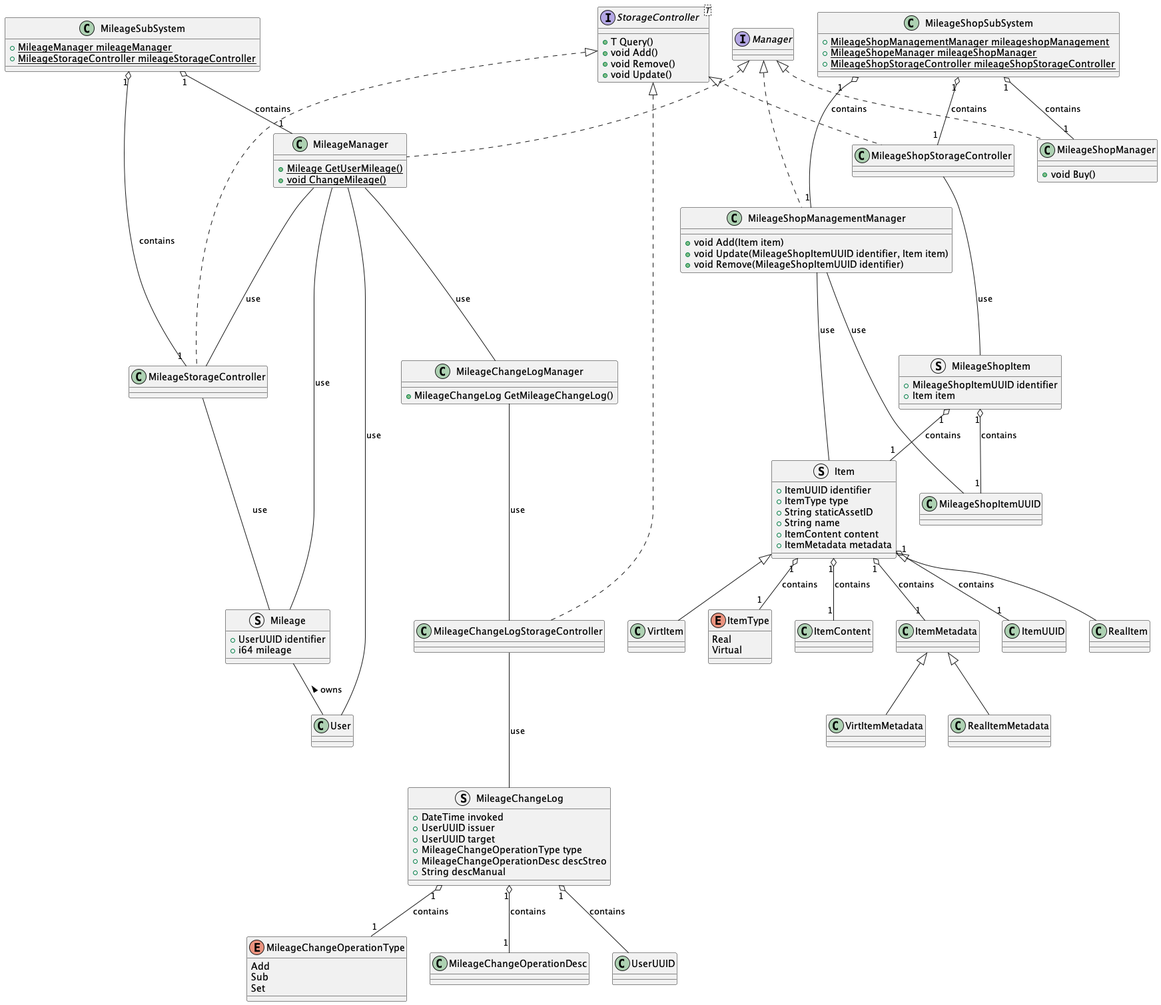
Above: rendered/Mileage.png in ShapeLayer/se-lecture-task__project-structure-definitions (PlantUML), before the change.
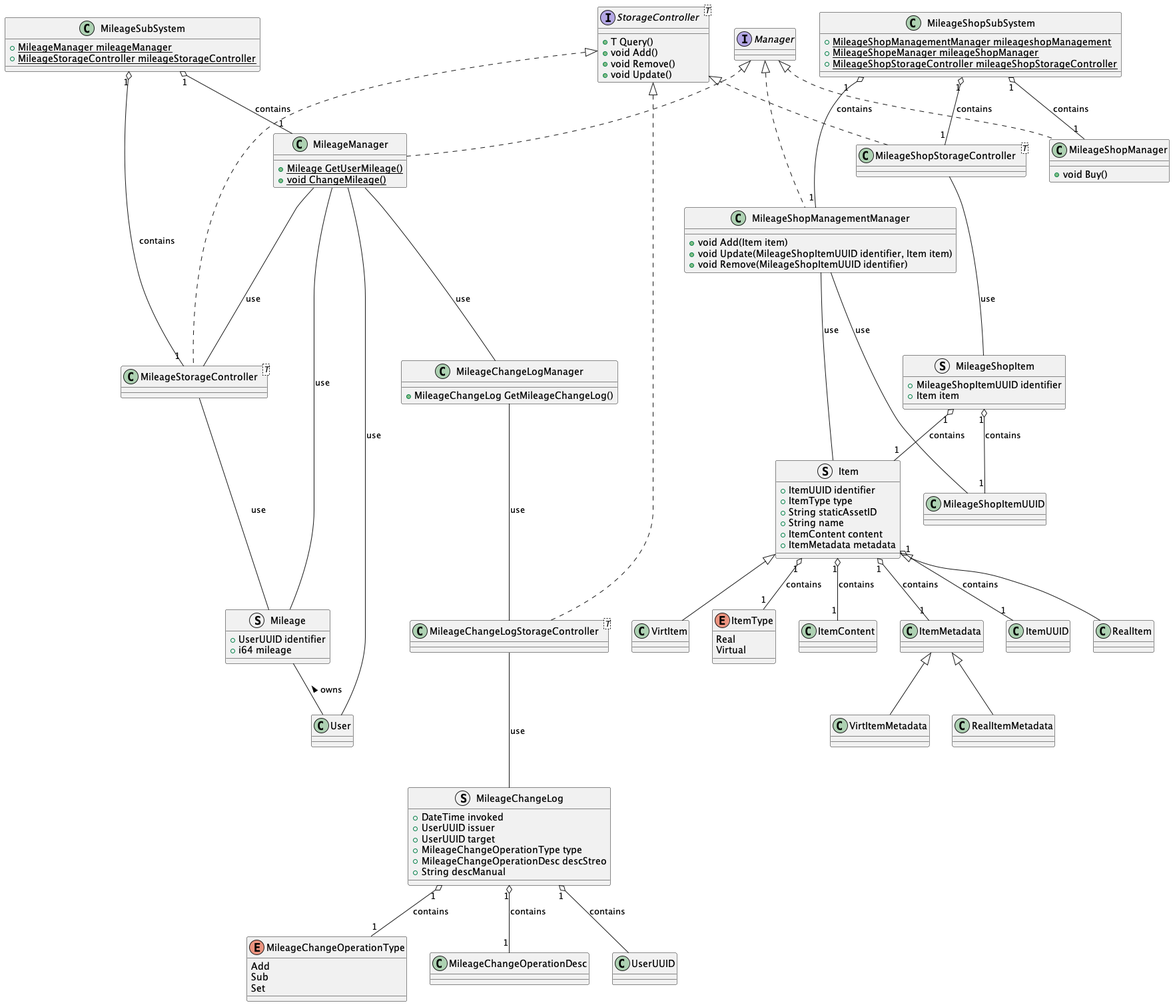
Later version of the same file.

What changed in the source:
```diff
@@ -79,10 +79,10 @@
 
 MileageChangeLogManager --- MileageChangeLogStorageController : use
 
-class MileageChangeLogStorageController implements StorageController {}
+class MileageChangeLogStorageController<T> implements StorageController {}
 MileageChangeLogStorageController --- MileageChangeLog : use
 
-class MileageStorageController implements StorageController{}
+class MileageStorageController<T> implements StorageController{}
 MileageStorageController --- Mileage : use
 
 class MileageSubSystem {
@@ -114,7 +114,7 @@
 MileageShopManagementManager --- Item : use
 MileageShopManagementManager --- MileageShopItemUUID : use
 
-class MileageShopStorageController implements StorageController {}
+class MileageShopStorageController<T> implements StorageController {}
 MileageShopStorageController --- MileageShopItem : use
 
 class MileageShopSubSystem {
```
